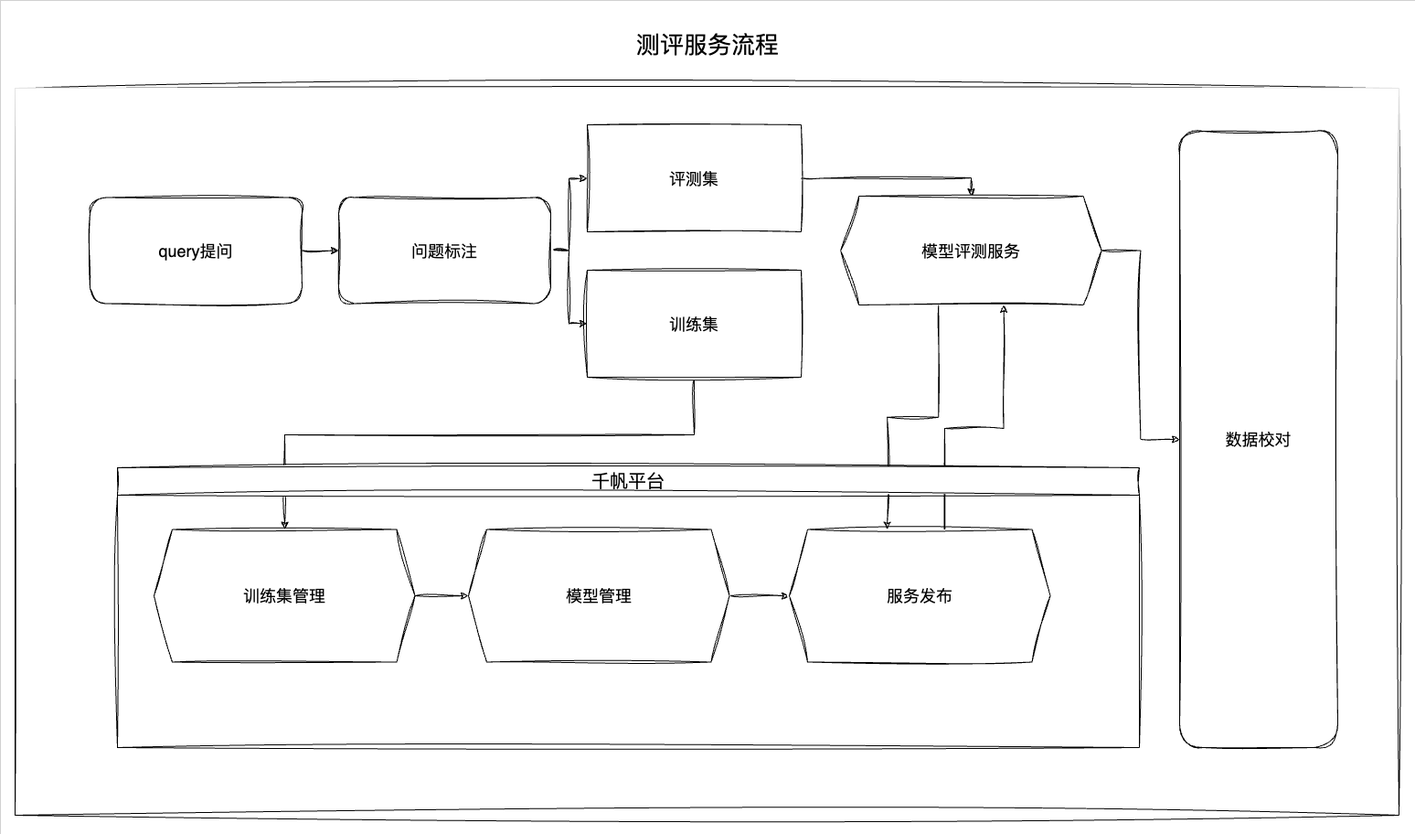
The draw.io diagram chatbi/评测服务流程.drawio.png in cavaljames/work-diagrams, before a commit. Source tidied: cells renumbered, new cells last; positions are measured from the earlier drawing's top-left corner, leaving out a move shared by most shapes.
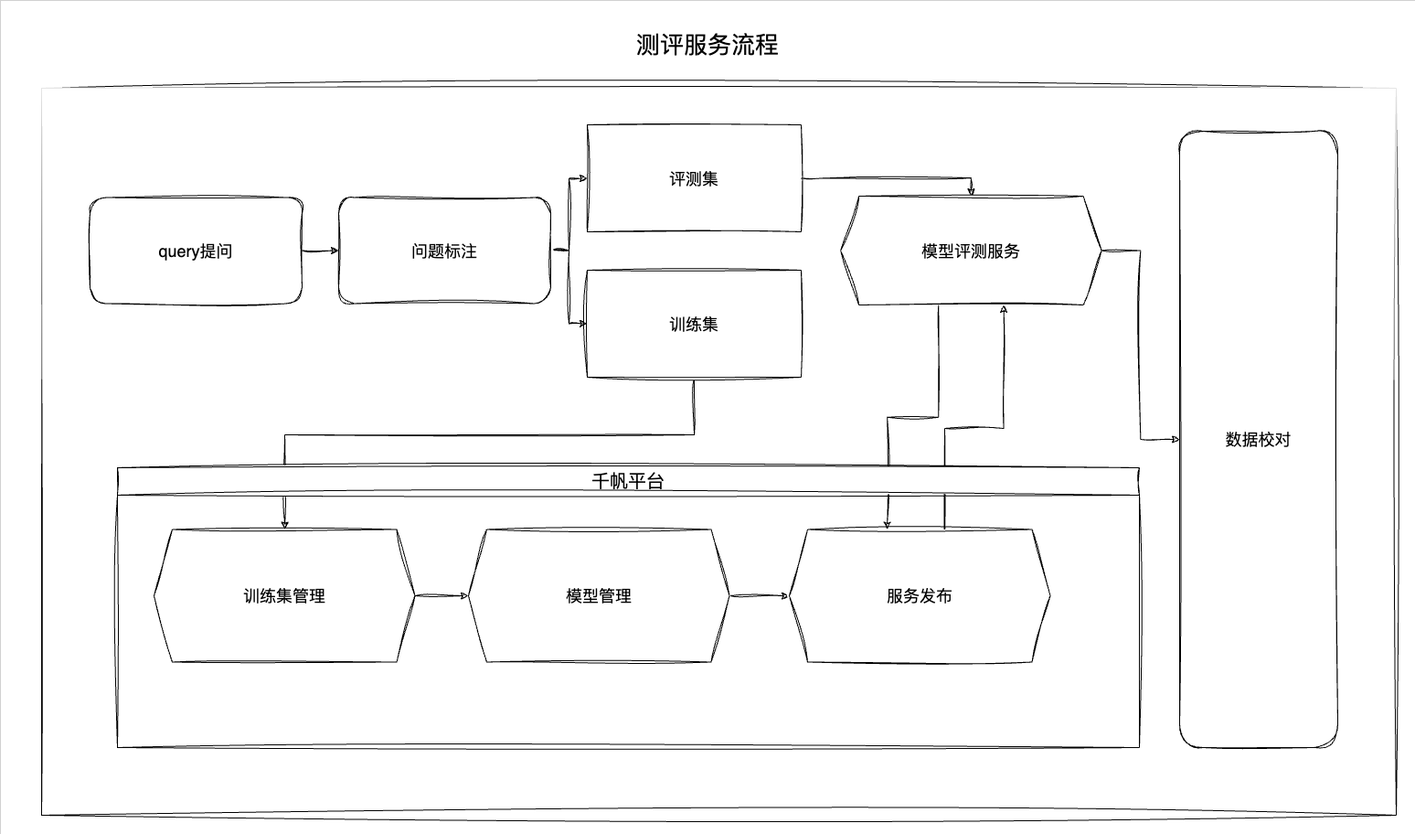
Above is the later version.

Commit message:
更新评测服务流程.drawio.png

Diff of the diagram source:
```diff
@@ -2,11 +2,11 @@
   <root>
     <mxCell id="0" />
     <mxCell id="1" parent="0" />
-    <mxCell id="2" style="rounded=0;whiteSpace=wrap;html=1;hachureGap=4;fontFamily=Architects Daughter;fontSource=https%3A%2F%2Ffonts.googleapis.com%2Fcss%3Ffamily%3DArchitects%2BDaughter;fontSize=20;strokeWidth=0;" parent="1" vertex="1">
+    <mxCell id="2" style="rounded=0;whiteSpace=wrap;html=1;hachureGap=4;fontFamily=Architects Daughter;fontSource=https%3A%2F%2Ffonts.googleapis.com%2Fcss%3Ffamily%3DArchitects%2BDaughter;fontSize=20;strokeWidth=0;strokeColor=#000000;" parent="1" vertex="1">
       <mxGeometry width="1548" height="912" as="geometry" />
     </mxCell>
     <mxCell id="3" style="rounded=0;whiteSpace=wrap;html=1;sketch=1;hachureGap=4;jiggle=2;curveFitting=1;fontFamily=Architects Daughter;fontSource=https%3A%2F%2Ffonts.googleapis.com%2Fcss%3Ffamily%3DArchitects%2BDaughter;fontSize=20;align=center;shadow=0;glass=1;" parent="1" vertex="1">
-      <mxGeometry x="16" y="96" width="1514" height="795" as="geometry" />
+      <mxGeometry x="45" y="96" width="1482" height="795" as="geometry" />
     </mxCell>
     <mxCell id="4" style="edgeStyle=orthogonalEdgeStyle;rounded=0;sketch=1;hachureGap=4;jiggle=2;curveFitting=1;jettySize=auto;html=1;exitX=1;exitY=0.5;exitDx=0;exitDy=0;entryX=0;entryY=0.5;entryDx=0;entryDy=0;fontFamily=Architects Daughter;fontSource=https%3A%2F%2Ffonts.googleapis.com%2Fcss%3Ffamily%3DArchitects%2BDaughter;fontSize=16;" parent="1" edge="1" source="5" target="21">
       <mxGeometry relative="1" as="geometry" />
```
